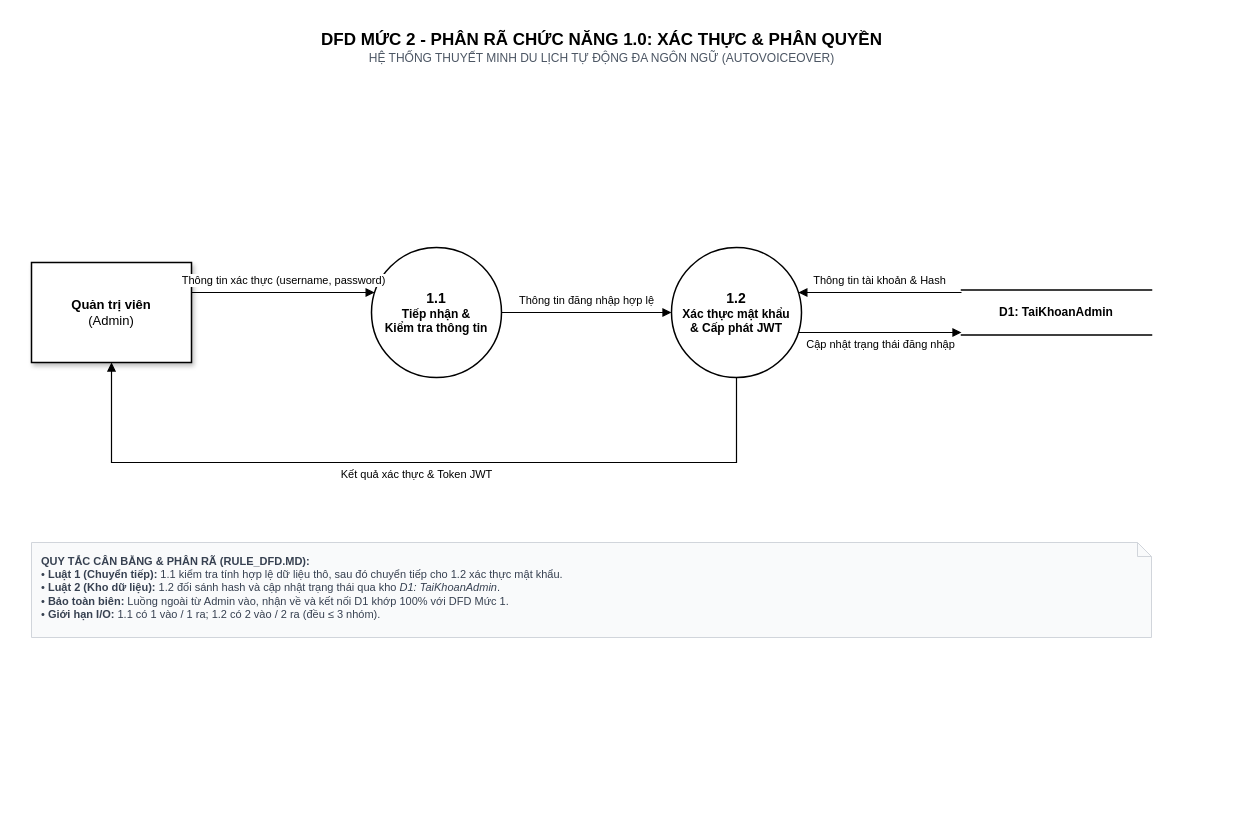
imqhyy/CNPM keeps this draw.io diagram as DFD/DFD_2/DFD-Muc-2-1.0-XacThuc.drawio.xml. Above is the earlier version. Source tidied: cells renumbered, new cells numbered last; positions are measured from the earlier drawing's top-left corner, leaving out a move shared by most shapes. Both pictures are drawn from the tidied source at 100%, with x=0, y=0 at pixel (31, 22).
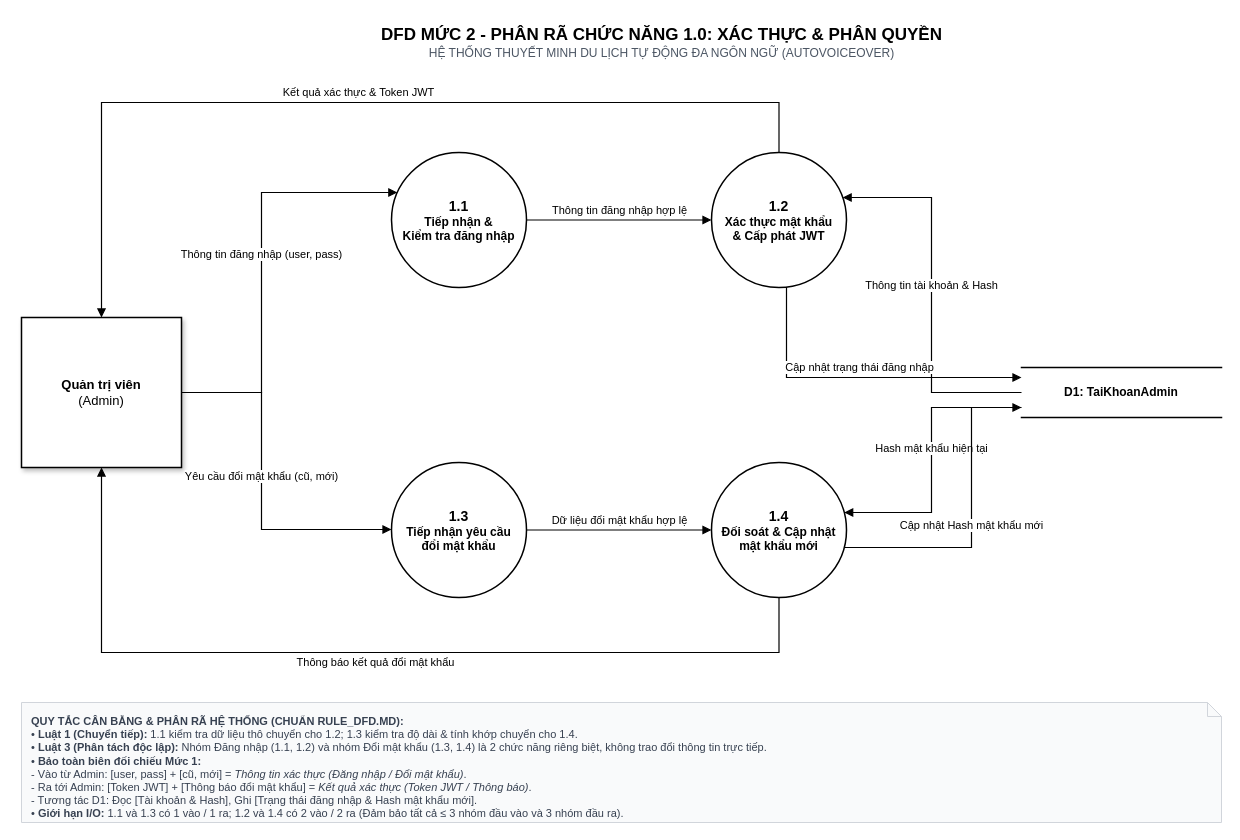
After the change.

Change to the diagram source:
```diff
@@
     <mxCell id="2" value="&lt;b style=&quot;font-size: 17px;&quot;&gt;DFD MỨC 2 - PHÂN RÃ CHỨC NĂNG 1.0: XÁC THỰC &amp;amp; PHÂN QUYỀN&lt;/b&gt;&lt;br&gt;&lt;span style=&quot;font-size: 12px; color: #4B5563;&quot;&gt;HỆ THỐNG THUYẾT MINH DU LỊCH TỰ ĐỘNG ĐA NGÔN NGỮ (AUTOVOICEOVER)&lt;/span&gt;" style="text;html=1;align=center;verticalAlign=middle;strokeColor=none;fillColor=none;" parent="1" vertex="1">
-      <mxGeometry x="240" width="660" height="50" as="geometry" />
+      <mxGeometry x="300" y="-5" width="660" height="50" as="geometry" />
     </mxCell>
     <mxCell id="3" value="&lt;b&gt;Quản trị viên&lt;/b&gt;&lt;br&gt;(Admin)" style="rounded=0;whiteSpace=wrap;html=1;shadow=1;strokeColor=#000000;strokeWidth=1.5;fillColor=#ffffff;fontFamily=Helvetica;fontSize=13;align=center;verticalAlign=middle;" parent="1" vertex="1">
-      <mxGeometry y="240" width="160" height="100" as="geometry" />
+      <mxGeometry x="-10" y="295" width="160" height="150" as="geometry" />
     </mxCell>
-    <mxCell id="4" value="&lt;b style=&quot;font-size: 14px;&quot;&gt;1.1&lt;/b&gt;&lt;br&gt;&lt;b&gt;Tiếp nhận &amp;amp;&lt;br&gt;Kiểm tra thông tin&lt;/b&gt;" style="ellipse;whiteSpace=wrap;html=1;strokeColor=#000000;strokeWidth=1.5;fillColor=#ffffff;fontFamily=Helvetica;fontSize=12;align=center;verticalAlign=middle;" parent="1" vertex="1">
-      <mxGeometry x="340" y="225" width="130" height="130" as="geometry" />
+    <mxCell id="4" value="&lt;b style=&quot;font-size: 14px;&quot;&gt;1.1&lt;/b&gt;&lt;br&gt;&lt;b&gt;Tiếp nhận &amp;amp;&lt;br&gt;Kiểm tra đăng nhập&lt;/b&gt;" style="ellipse;whiteSpace=wrap;html=1;strokeColor=#000000;strokeWidth=1.5;fillColor=#ffffff;fontFamily=Helvetica;fontSize=12;align=center;verticalAlign=middle;" parent="1" vertex="1">
+      <mxGeometry x="360" y="130" width="135" height="135" as="geometry" />
     </mxCell>
     <mxCell id="5" value="&lt;b style=&quot;font-size: 14px;&quot;&gt;1.2&lt;/b&gt;&lt;br&gt;&lt;b&gt;Xác thực mật khẩu&lt;br&gt;&amp;amp; Cấp phát JWT&lt;/b&gt;" style="ellipse;whiteSpace=wrap;html=1;strokeColor=#000000;strokeWidth=1.5;fillColor=#ffffff;fontFamily=Helvetica;fontSize=12;align=center;verticalAlign=middle;" parent="1" vertex="1">
-      <mxGeometry x="640" y="225" width="130" height="130" as="geometry" />
+      <mxGeometry x="680" y="130" width="135" height="135" as="geometry" />
     </mxCell>
+    <mxCell id="13" value="&lt;b style=&quot;font-size: 14px;&quot;&gt;1.3&lt;/b&gt;&lt;br&gt;&lt;b&gt;Tiếp nhận yêu cầu&lt;br&gt;đổi mật khẩu&lt;/b&gt;" style="ellipse;whiteSpace=wrap;html=1;strokeColor=#000000;strokeWidth=1.5;fillColor=#ffffff;fontFamily=Helvetica;fontSize=12;align=center;verticalAlign=middle;" parent="1" vertex="1">
+      <mxGeometry x="360" y="440" width="135" height="135" as="geometry" />
+    </mxCell>
+    <mxCell id="14" value="&lt;b style=&quot;font-size: 14px;&quot;&gt;1.4&lt;/b&gt;&lt;br&gt;&lt;b&gt;Đối soát &amp;amp; Cập nhật&lt;br&gt;mật khẩu mới&lt;/b&gt;" style="ellipse;whiteSpace=wrap;html=1;strokeColor=#000000;strokeWidth=1.5;fillColor=#ffffff;fontFamily=Helvetica;fontSize=12;align=center;verticalAlign=middle;" parent="1" vertex="1">
+      <mxGeometry x="680" y="440" width="135" height="135" as="geometry" />
+    </mxCell>
     <mxCell id="6" value="&lt;b&gt;D1: TaiKhoanAdmin&lt;/b&gt;" style="shape=partialRectangle;top=1;bottom=1;right=0;left=0;fillColor=none;strokeColor=#000000;strokeWidth=1.5;html=1;whiteSpace=wrap;align=center;verticalAlign=middle;fontFamily=Helvetica;fontSize=12;fontStyle=1;" parent="1" vertex="1">
-      <mxGeometry x="930" y="267.5" width="190" height="45" as="geometry" />
+      <mxGeometry x="990" y="345" width="200" height="50" as="geometry" />
     </mxCell>
-    <mxCell id="7" value="Thông tin xác thực (username, password)" style="edgeStyle=orthogonalEdgeStyle;rounded=0;jettySize=auto;html=1;endArrow=block;endFill=1;strokeColor=#000000;strokeWidth=1.2;fontFamily=Helvetica;fontSize=11;labelBackgroundColor=#ffffff;" parent="1" edge="1" source="3" target="4">
+    <mxCell id="7" value="Thông tin đăng nhập (user, pass)" style="edgeStyle=orthogonalEdgeStyle;rounded=0;jettySize=auto;html=1;endArrow=block;endFill=1;strokeColor=#000000;strokeWidth=1.2;fontFamily=Helvetica;fontSize=11;labelBackgroundColor=#ffffff;" parent="1" edge="1" source="3" target="4">
       <mxGeometry relative="1" as="geometry">
         <Array as="points">
-          <mxPoint x="250" y="270" />
-          <mxPoint x="250" y="270" />
+          <mxPoint x="230" y="170" />
         </Array>
-        <mxPoint y="-12" as="offset" />
+        <mxPoint y="-10" as="offset" />
       </mxGeometry>
     </mxCell>
     <mxCell id="8" value="Thông tin đăng nhập hợp lệ" style="edgeStyle=orthogonalEdgeStyle;rounded=0;jettySize=auto;html=1;endArrow=block;endFill=1;strokeColor=#000000;strokeWidth=1.2;fontFamily=Helvetica;fontSize=11;labelBackgroundColor=#ffffff;" parent="1" edge="1" source="4" target="5">
       <mxGeometry relative="1" as="geometry">
         <Array as="points">
-          <mxPoint x="555" y="290" />
-          <mxPoint x="555" y="290" />
+          <mxPoint x="585" y="197" />
+          <mxPoint x="585" y="197" />
         </Array>
-        <mxPoint y="-12" as="offset" />
+        <mxPoint y="-10" as="offset" />
       </mxGeometry>
     </mxCell>
     <mxCell id="9" value="Thông tin tài khoản &amp;amp; Hash" style="edgeStyle=orthogonalEdgeStyle;rounded=0;jettySize=auto;html=1;endArrow=block;endFill=1;strokeColor=#000000;strokeWidth=1.2;fontFamily=Helvetica;fontSize=11;labelBackgroundColor=#ffffff;" parent="1" edge="1" source="6" target="5">
       <mxGeometry relative="1" as="geometry">
         <Array as="points">
-          <mxPoint x="850" y="270" />
-          <mxPoint x="850" y="270" />
+          <mxPoint x="900" y="175" />
         </Array>
-        <mxPoint y="-12" as="offset" />
+        <mxPoint y="-10" as="offset" />
       </mxGeometry>
     </mxCell>
     <mxCell id="10" value="Cập nhật trạng thái đăng nhập" style="edgeStyle=orthogonalEdgeStyle;rounded=0;jettySize=auto;html=1;endArrow=block;endFill=1;strokeColor=#000000;strokeWidth=1.2;fontFamily=Helvetica;fontSize=11;labelBackgroundColor=#ffffff;" parent="1" edge="1" source="5" target="6">
       <mxGeometry relative="1" as="geometry">
         <Array as="points">
-          <mxPoint x="850" y="310" />
-          <mxPoint x="850" y="310" />
+          <mxPoint x="755" y="355" />
         </Array>
-        <mxPoint y="12" as="offset" />
+        <mxPoint y="-10" as="offset" />
       </mxGeometry>
     </mxCell>
     <mxCell id="11" value="Kết quả xác thực &amp;amp; Token JWT" style="edgeStyle=orthogonalEdgeStyle;rounded=0;jettySize=auto;html=1;endArrow=block;endFill=1;strokeColor=#000000;strokeWidth=1.2;fontFamily=Helvetica;fontSize=11;labelBackgroundColor=#ffffff;" parent="1" edge="1" source="5" target="3">
       <mxGeometry relative="1" as="geometry">
         <Array as="points">
-          <mxPoint x="705" y="440" />
-          <mxPoint x="80" y="440" />
+          <mxPoint x="747" y="80" />
+          <mxPoint x="70" y="80" />
         </Array>
-        <mxPoint y="12" as="offset" />
+        <mxPoint y="-10" as="offset" />
       </mxGeometry>
     </mxCell>
+    <mxCell id="15" value="Yêu cầu đổi mật khẩu (cũ, mới)" style="edgeStyle=orthogonalEdgeStyle;rounded=0;jettySize=auto;html=1;endArrow=block;endFill=1;strokeColor=#000000;strokeWidth=1.2;fontFamily=Helvetica;fontSize=11;labelBackgroundColor=#ffffff;" parent="1" edge="1" source="3" target="13">
+      <mxGeometry relative="1" as="geometry">
+        <Array as="points">
+          <mxPoint x="230" y="507" />
+        </Array>
+        <mxPoint y="-10" as="offset" />
+      </mxGeometry>
+    </mxCell>
+    <mxCell id="16" value="Dữ liệu đổi mật khẩu hợp lệ" style="edgeStyle=orthogonalEdgeStyle;rounded=0;jettySize=auto;html=1;endArrow=block;endFill=1;strokeColor=#000000;strokeWidth=1.2;fontFamily=Helvetica;fontSize=11;labelBackgroundColor=#ffffff;" parent="1" edge="1" source="13" target="14">
+      <mxGeometry relative="1" as="geometry">
+        <Array as="points">
+          <mxPoint x="585" y="507" />
+          <mxPoint x="585" y="507" />
+        </Array>
+        <mxPoint y="-10" as="offset" />
+      </mxGeometry>
+    </mxCell>
+    <mxCell id="17" value="Hash mật khẩu hiện tại" style="edgeStyle=orthogonalEdgeStyle;rounded=0;jettySize=auto;html=1;endArrow=block;endFill=1;strokeColor=#000000;strokeWidth=1.2;fontFamily=Helvetica;fontSize=11;labelBackgroundColor=#ffffff;" parent="1" edge="1" source="6" target="14">
+      <mxGeometry relative="1" as="geometry">
+        <Array as="points">
+          <mxPoint x="900" y="385" />
+          <mxPoint x="900" y="490" />
+        </Array>
+        <mxPoint y="-10" as="offset" />
+      </mxGeometry>
+    </mxCell>
+    <mxCell id="18" value="Cập nhật Hash mật khẩu mới" style="edgeStyle=orthogonalEdgeStyle;rounded=0;jettySize=auto;html=1;endArrow=block;endFill=1;strokeColor=#000000;strokeWidth=1.2;fontFamily=Helvetica;fontSize=11;labelBackgroundColor=#ffffff;" parent="1" edge="1" source="14" target="6">
+      <mxGeometry relative="1" as="geometry">
+        <Array as="points">
+          <mxPoint x="940" y="525" />
+          <mxPoint x="940" y="385" />
+        </Array>
+        <mxPoint y="10" as="offset" />
+      </mxGeometry>
+    </mxCell>
+    <mxCell id="19" value="Thông báo kết quả đổi mật khẩu" style="edgeStyle=orthogonalEdgeStyle;rounded=0;jettySize=auto;html=1;endArrow=block;endFill=1;strokeColor=#000000;strokeWidth=1.2;fontFamily=Helvetica;fontSize=11;labelBackgroundColor=#ffffff;" parent="1" edge="1" source="14" target="3">
+      <mxGeometry relative="1" as="geometry">
+        <Array as="points">
+          <mxPoint x="747" y="630" />
+          <mxPoint x="70" y="630" />
+        </Array>
+        <mxPoint y="10" as="offset" />
+      </mxGeometry>
+    </mxCell>
-    <mxCell id="12" value="&lt;b&gt;QUY TẮC CÂN BẰNG &amp;amp; PHÂN RÃ (RULE_DFD.MD):&lt;/b&gt;&lt;br&gt;• &lt;b&gt;Luật 1 (Chuyển tiếp):&lt;/b&gt; 1.1 kiểm tra tính hợp lệ dữ liệu thô, sau đó chuyển tiếp cho 1.2 xác thực mật khẩu.&lt;br&gt;• &lt;b&gt;Luật 2 (Kho dữ liệu):&lt;/b&gt; 1.2 đối sánh hash và cập nhật trạng thái qua kho &lt;i&gt;D1: TaiKhoanAdmin&lt;/i&gt;.&lt;br&gt;• &lt;b&gt;Bảo toàn biên:&lt;/b&gt; Luồng ngoài từ Admin vào, nhận về và kết nối D1 khớp 100% với DFD Mức 1.&lt;br&gt;• &lt;b&gt;Giới hạn I/O:&lt;/b&gt; 1.1 có 1 vào / 1 ra; 1.2 có 2 vào / 2 ra (đều &amp;le; 3 nhóm)." style="shape=note;whiteSpace=wrap;html=1;size=14;verticalAlign=top;align=left;spacingLeft=8;spacingTop=6;fillColor=#F9FAFB;strokeColor=#D1D5DB;fontFamily=Helvetica;fontSize=11;fontColor=#374151;" parent="1" vertex="1">
-      <mxGeometry y="520" width="1120" height="95" as="geometry" />
+    <mxCell id="12" value="&lt;b&gt;QUY TẮC CÂN BẰNG &amp;amp; PHÂN RÃ HỆ THỐNG (CHUẨN RULE_DFD.MD):&lt;/b&gt;&lt;br&gt;• &lt;b&gt;Luật 1 (Chuyển tiếp):&lt;/b&gt; 1.1 kiểm tra dữ liệu thô chuyển cho 1.2; 1.3 kiểm tra độ dài &amp;amp; tính khớp chuyển cho 1.4.&lt;br&gt;• &lt;b&gt;Luật 3 (Phân tách độc lập):&lt;/b&gt; Nhóm Đăng nhập (1.1, 1.2) và nhóm Đổi mật khẩu (1.3, 1.4) là 2 chức năng riêng biệt, không trao đổi thông tin trực tiếp.&lt;br&gt;• &lt;b&gt;Bảo toàn biên đối chiếu Mức 1:&lt;/b&gt;&lt;br&gt;  - Vào từ Admin: [user, pass] + [cũ, mới] = &lt;i&gt;Thông tin xác thực (Đăng nhập / Đổi mật khẩu)&lt;/i&gt;.&lt;br&gt;  - Ra tới Admin: [Token JWT] + [Thông báo đổi mật khẩu] = &lt;i&gt;Kết quả xác thực (Token JWT / Thông báo)&lt;/i&gt;.&lt;br&gt;  - Tương tác D1: Đọc [Tài khoản &amp;amp; Hash], Ghi [Trạng thái đăng nhập &amp;amp; Hash mật khẩu mới].&lt;br&gt;• &lt;b&gt;Giới hạn I/O:&lt;/b&gt; 1.1 và 1.3 có 1 vào / 1 ra; 1.2 và 1.4 có 2 vào / 2 ra (Đảm bảo tất cả &amp;le; 3 nhóm đầu vào và 3 nhóm đầu ra)." style="shape=note;whiteSpace=wrap;html=1;size=14;verticalAlign=top;align=left;spacingLeft=8;spacingTop=6;fillColor=#F9FAFB;strokeColor=#D1D5DB;fontFamily=Helvetica;fontSize=11;fontColor=#374151;" parent="1" vertex="1">
+      <mxGeometry x="-10" y="680" width="1200" height="120" as="geometry" />
     </mxCell>
```
